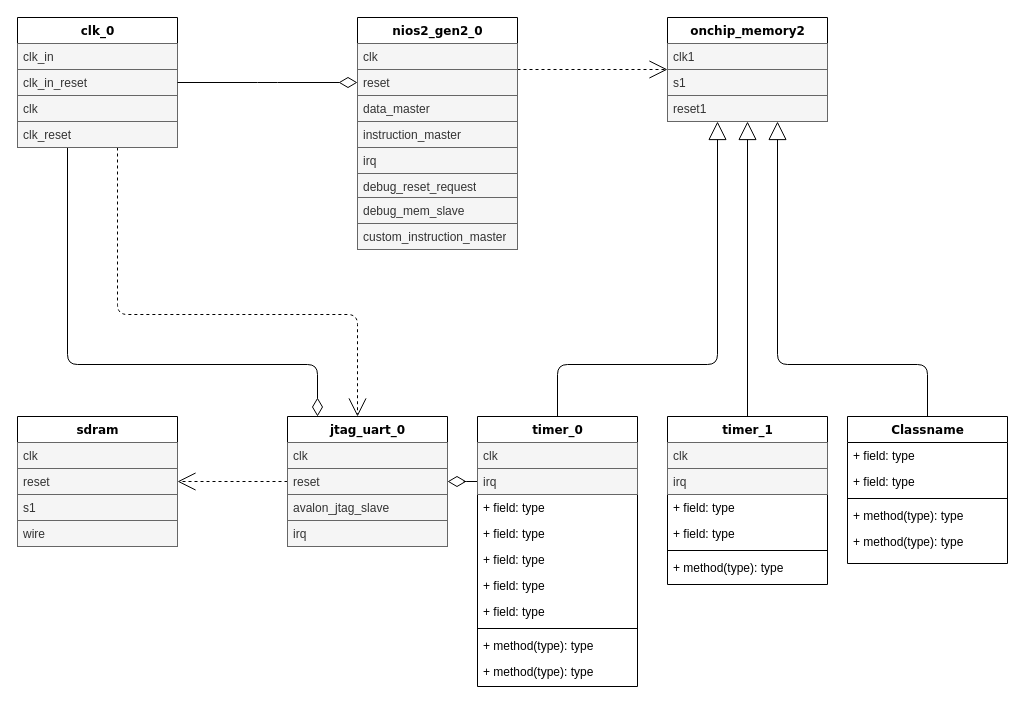
The draw.io diagram FPGA.drawio in KasymovD/FPGA, before the edit. Source tidied: cells renumbered, new cells numbered last; positions are measured from the earlier drawing's top-left corner, leaving out a move shared by most shapes. Both pictures are drawn from the tidied source at 100%, with x=0, y=0 at pixel (17, 17).
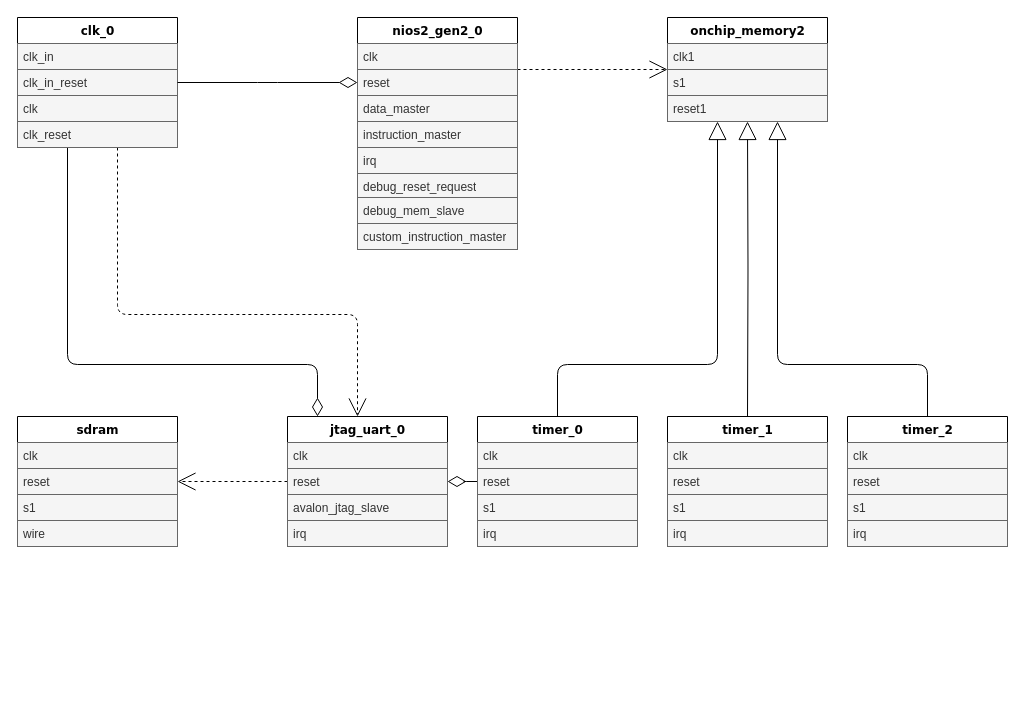
After the change.

Unchanged cells that the change refers to:
```xml
<mxCell id="4" value="clk_0" style="swimlane;html=1;fontStyle=1;align=center;verticalAlign=top;horizontal=1;startSize=26;swimlaneFillColor=#ffffff;rounded=0;shadow=0;comic=0;labelBackgroundColor=none;strokeWidth=1;fontFamily=Verdana;fontSize=12;" parent="1" vertex="1">
  <mxGeometry width="160" height="130" as="geometry" />
</mxCell>
<mxCell id="10" value="nios2_gen2_0" style="swimlane;html=1;fontStyle=1;align=center;verticalAlign=top;horizontal=1;startSize=26;swimlaneFillColor=#ffffff;rounded=0;shadow=0;comic=0;labelBackgroundColor=none;strokeWidth=1;fillColor=none;fontFamily=Verdana;fontSize=12;" parent="1" vertex="1">
  <mxGeometry x="340" width="160" height="232" as="geometry" />
</mxCell>
<mxCell id="19" value="onchip_memory2" style="swimlane;html=1;fontStyle=1;align=center;verticalAlign=top;horizontal=1;startSize=26;swimlaneFillColor=#ffffff;rounded=0;shadow=0;comic=0;labelBackgroundColor=none;strokeWidth=1;fillColor=none;fontFamily=Verdana;fontSize=12;" parent="1" vertex="1">
  <mxGeometry x="650" width="160" height="104" as="geometry" />
</mxCell>
```

The edit, as a diff of the source:
```diff
@@
     <mxCell id="36" value="timer_0" style="swimlane;html=1;fontStyle=1;align=center;verticalAlign=top;horizontal=1;startSize=26;swimlaneFillColor=#ffffff;rounded=0;shadow=0;comic=0;labelBackgroundColor=none;strokeWidth=1;fillColor=none;fontFamily=Verdana;fontSize=12;" parent="1" vertex="1">
-      <mxGeometry x="460" y="399" width="160" height="270" as="geometry" />
+      <mxGeometry x="460" y="399" width="160" height="130" as="geometry" />
     </mxCell>
@@
-    <mxCell id="38" value="irq" style="text;html=1;strokeColor=#666666;fillColor=#f5f5f5;align=left;verticalAlign=top;spacingLeft=4;spacingRight=4;whiteSpace=wrap;overflow=hidden;fontColor=#333333;" parent="36" vertex="1">
-      <mxGeometry y="52" width="160" height="26" as="geometry" />
-    </mxCell>
-    <mxCell id="39" value="+ field: type" style="text;html=1;strokeColor=none;fillColor=none;align=left;verticalAlign=top;spacingLeft=4;spacingRight=4;whiteSpace=wrap;overflow=hidden;" parent="36" vertex="1">
-      <mxGeometry y="78" width="160" height="26" as="geometry" />
+    <mxCell id="39" value="reset" style="text;html=1;strokeColor=#666666;fillColor=#f5f5f5;align=left;verticalAlign=top;spacingLeft=4;spacingRight=4;whiteSpace=wrap;overflow=hidden;fontColor=#333333;" parent="36" vertex="1">
+      <mxGeometry y="52" width="160" height="26" as="geometry" />
     </mxCell>
-    <mxCell id="40" value="+ field: type" style="text;html=1;strokeColor=none;fillColor=none;align=left;verticalAlign=top;spacingLeft=4;spacingRight=4;whiteSpace=wrap;overflow=hidden;" parent="36" vertex="1">
-      <mxGeometry y="104" width="160" height="26" as="geometry" />
+    <mxCell id="40" value="s1" style="text;html=1;strokeColor=#666666;fillColor=#f5f5f5;align=left;verticalAlign=top;spacingLeft=4;spacingRight=4;whiteSpace=wrap;overflow=hidden;fontColor=#333333;" parent="36" vertex="1">
+      <mxGeometry y="78" width="160" height="26" as="geometry" />
     </mxCell>
-    <mxCell id="41" value="+ field: type" style="text;html=1;strokeColor=none;fillColor=none;align=left;verticalAlign=top;spacingLeft=4;spacingRight=4;whiteSpace=wrap;overflow=hidden;" parent="36" vertex="1">
-      <mxGeometry y="130" width="160" height="26" as="geometry" />
-    </mxCell>
-    <mxCell id="42" value="+ field: type" style="text;html=1;strokeColor=none;fillColor=none;align=left;verticalAlign=top;spacingLeft=4;spacingRight=4;whiteSpace=wrap;overflow=hidden;" parent="36" vertex="1">
-      <mxGeometry y="156" width="160" height="26" as="geometry" />
-    </mxCell>
-    <mxCell id="43" value="+ field: type" style="text;html=1;strokeColor=none;fillColor=none;align=left;verticalAlign=top;spacingLeft=4;spacingRight=4;whiteSpace=wrap;overflow=hidden;" parent="36" vertex="1">
-      <mxGeometry y="182" width="160" height="26" as="geometry" />
-    </mxCell>
-    <mxCell id="44" style="line;html=1;strokeWidth=1;fillColor=none;align=left;verticalAlign=middle;spacingTop=-1;spacingLeft=3;spacingRight=3;labelPosition=right;" parent="36" vertex="1">
-      <mxGeometry y="208" width="160" height="8" as="geometry" />
-    </mxCell>
-    <mxCell id="45" value="+ method(type): type" style="text;html=1;strokeColor=none;fillColor=none;align=left;verticalAlign=top;spacingLeft=4;spacingRight=4;whiteSpace=wrap;overflow=hidden;" parent="36" vertex="1">
-      <mxGeometry y="216" width="160" height="26" as="geometry" />
-    </mxCell>
-    <mxCell id="46" value="+ method(type): type" style="text;html=1;strokeColor=none;fillColor=none;align=left;verticalAlign=top;spacingLeft=4;spacingRight=4;whiteSpace=wrap;overflow=hidden;" parent="36" vertex="1">
-      <mxGeometry y="242" width="160" height="26" as="geometry" />
-    </mxCell>
+    <mxCell id="38" value="irq" style="text;html=1;strokeColor=#666666;fillColor=#f5f5f5;align=left;verticalAlign=top;spacingLeft=4;spacingRight=4;whiteSpace=wrap;overflow=hidden;fontColor=#333333;" parent="36" vertex="1">
+      <mxGeometry y="104" width="160" height="26" as="geometry" />
+    </mxCell>
-    <mxCell id="47" style="edgeStyle=orthogonalEdgeStyle;html=1;labelBackgroundColor=none;startFill=0;startSize=8;endArrow=block;endFill=0;endSize=16;fontFamily=Verdana;fontSize=12;" parent="1" edge="1" source="48" target="19">
-      <mxGeometry relative="1" as="geometry" />
+    <mxCell id="47" style="edgeStyle=orthogonalEdgeStyle;html=1;labelBackgroundColor=none;startFill=0;startSize=8;endArrow=block;endFill=0;endSize=16;fontFamily=Verdana;fontSize=12;" parent="1" edge="1" target="19">
+      <mxGeometry relative="1" as="geometry">
+        <mxPoint x="730" y="399" as="sourcePoint" />
+      </mxGeometry>
     </mxCell>
+    <mxCell id="55" style="edgeStyle=orthogonalEdgeStyle;html=1;labelBackgroundColor=none;startFill=0;startSize=8;endArrow=block;endFill=0;endSize=16;fontFamily=Verdana;fontSize=12;" parent="1" edge="1" target="19">
+      <mxGeometry relative="1" as="geometry">
+        <mxPoint x="910" y="399" as="sourcePoint" />
+        <Array as="points">
+          <mxPoint x="910" y="347" />
+          <mxPoint x="760" y="347" />
+        </Array>
+      </mxGeometry>
+    </mxCell>
+    <mxCell id="62" style="edgeStyle=elbowEdgeStyle;html=1;labelBackgroundColor=none;startFill=0;startSize=8;endArrow=diamondThin;endFill=0;endSize=16;fontFamily=Verdana;fontSize=12;elbow=vertical;" parent="1" edge="1" source="4" target="10">
+      <mxGeometry relative="1" as="geometry" />
+    </mxCell>
     <mxCell id="48" value="timer_1" style="swimlane;html=1;fontStyle=1;align=center;verticalAlign=top;horizontal=1;startSize=26;swimlaneFillColor=#ffffff;rounded=0;shadow=0;comic=0;labelBackgroundColor=none;strokeWidth=1;fillColor=none;fontFamily=Verdana;fontSize=12;" parent="1" vertex="1">
-      <mxGeometry x="650" y="399" width="160" height="168" as="geometry" />
+      <mxGeometry x="650" y="399" width="160" height="130" as="geometry" />
     </mxCell>
-    <mxCell id="49" value="clk" style="text;html=1;strokeColor=#666666;fillColor=#f5f5f5;align=left;verticalAlign=top;spacingLeft=4;spacingRight=4;whiteSpace=wrap;overflow=hidden;fontColor=#333333;" parent="48" vertex="1">
-      <mxGeometry y="26" width="160" height="26" as="geometry" />
-    </mxCell>
-    <mxCell id="50" value="irq" style="text;html=1;strokeColor=#666666;fillColor=#f5f5f5;align=left;verticalAlign=top;spacingLeft=4;spacingRight=4;whiteSpace=wrap;overflow=hidden;fontColor=#333333;" parent="48" vertex="1">
-      <mxGeometry y="52" width="160" height="26" as="geometry" />
-    </mxCell>
-    <mxCell id="51" value="+ field: type" style="text;html=1;strokeColor=none;fillColor=none;align=left;verticalAlign=top;spacingLeft=4;spacingRight=4;whiteSpace=wrap;overflow=hidden;" parent="48" vertex="1">
-      <mxGeometry y="78" width="160" height="26" as="geometry" />
-    </mxCell>
-    <mxCell id="52" value="+ field: type" style="text;html=1;strokeColor=none;fillColor=none;align=left;verticalAlign=top;spacingLeft=4;spacingRight=4;whiteSpace=wrap;overflow=hidden;" parent="48" vertex="1">
-      <mxGeometry y="104" width="160" height="26" as="geometry" />
-    </mxCell>
-    <mxCell id="53" style="line;html=1;strokeWidth=1;fillColor=none;align=left;verticalAlign=middle;spacingTop=-1;spacingLeft=3;spacingRight=3;labelPosition=right;" parent="48" vertex="1">
-      <mxGeometry y="130" width="160" height="8" as="geometry" />
-    </mxCell>
-    <mxCell id="54" value="+ method(type): type" style="text;html=1;strokeColor=none;fillColor=none;align=left;verticalAlign=top;spacingLeft=4;spacingRight=4;whiteSpace=wrap;overflow=hidden;" parent="48" vertex="1">
-      <mxGeometry y="138" width="160" height="26" as="geometry" />
-    </mxCell>
-    <mxCell id="55" style="edgeStyle=orthogonalEdgeStyle;html=1;labelBackgroundColor=none;startFill=0;startSize=8;endArrow=block;endFill=0;endSize=16;fontFamily=Verdana;fontSize=12;" parent="1" edge="1" source="56" target="19">
-      <mxGeometry relative="1" as="geometry">
-        <Array as="points">
-          <mxPoint x="910" y="347" />
-          <mxPoint x="760" y="347" />
-        </Array>
-      </mxGeometry>
-    </mxCell>
-    <mxCell id="56" value="Classname" style="swimlane;html=1;fontStyle=1;align=center;verticalAlign=top;horizontal=1;startSize=26;swimlaneFillColor=#ffffff;rounded=0;shadow=0;comic=0;labelBackgroundColor=none;strokeWidth=1;fillColor=none;fontFamily=Verdana;fontSize=12;" parent="1" vertex="1">
-      <mxGeometry x="830" y="399" width="160" height="147" as="geometry" />
-    </mxCell>
-    <mxCell id="57" value="+ field: type" style="text;html=1;strokeColor=none;fillColor=none;align=left;verticalAlign=top;spacingLeft=4;spacingRight=4;whiteSpace=wrap;overflow=hidden;" parent="56" vertex="1">
-      <mxGeometry y="26" width="160" height="26" as="geometry" />
-    </mxCell>
-    <mxCell id="58" value="+ field: type" style="text;html=1;strokeColor=none;fillColor=none;align=left;verticalAlign=top;spacingLeft=4;spacingRight=4;whiteSpace=wrap;overflow=hidden;" parent="56" vertex="1">
-      <mxGeometry y="52" width="160" height="26" as="geometry" />
-    </mxCell>
-    <mxCell id="59" style="line;html=1;strokeWidth=1;fillColor=none;align=left;verticalAlign=middle;spacingTop=-1;spacingLeft=3;spacingRight=3;labelPosition=right;" parent="56" vertex="1">
-      <mxGeometry y="78" width="160" height="8" as="geometry" />
-    </mxCell>
-    <mxCell id="60" value="+ method(type): type" style="text;html=1;strokeColor=none;fillColor=none;align=left;verticalAlign=top;spacingLeft=4;spacingRight=4;whiteSpace=wrap;overflow=hidden;" parent="56" vertex="1">
-      <mxGeometry y="86" width="160" height="26" as="geometry" />
-    </mxCell>
-    <mxCell id="61" value="+ method(type): type" style="text;html=1;strokeColor=none;fillColor=none;align=left;verticalAlign=top;spacingLeft=4;spacingRight=4;whiteSpace=wrap;overflow=hidden;" parent="56" vertex="1">
-      <mxGeometry y="112" width="160" height="26" as="geometry" />
-    </mxCell>
-    <mxCell id="62" style="edgeStyle=elbowEdgeStyle;html=1;labelBackgroundColor=none;startFill=0;startSize=8;endArrow=diamondThin;endFill=0;endSize=16;fontFamily=Verdana;fontSize=12;elbow=vertical;" parent="1" edge="1" source="4" target="10">
-      <mxGeometry relative="1" as="geometry" />
-    </mxCell>
+    <mxCell id="63" value="clk" style="text;html=1;strokeColor=#666666;fillColor=#f5f5f5;align=left;verticalAlign=top;spacingLeft=4;spacingRight=4;whiteSpace=wrap;overflow=hidden;fontColor=#333333;" parent="48" vertex="1">
+      <mxGeometry y="26" width="160" height="26" as="geometry" />
+    </mxCell>
+    <mxCell id="64" value="reset" style="text;html=1;strokeColor=#666666;fillColor=#f5f5f5;align=left;verticalAlign=top;spacingLeft=4;spacingRight=4;whiteSpace=wrap;overflow=hidden;fontColor=#333333;" parent="48" vertex="1">
+      <mxGeometry y="52" width="160" height="26" as="geometry" />
+    </mxCell>
+    <mxCell id="65" value="s1" style="text;html=1;strokeColor=#666666;fillColor=#f5f5f5;align=left;verticalAlign=top;spacingLeft=4;spacingRight=4;whiteSpace=wrap;overflow=hidden;fontColor=#333333;" parent="48" vertex="1">
+      <mxGeometry y="78" width="160" height="26" as="geometry" />
+    </mxCell>
+    <mxCell id="66" value="irq" style="text;html=1;strokeColor=#666666;fillColor=#f5f5f5;align=left;verticalAlign=top;spacingLeft=4;spacingRight=4;whiteSpace=wrap;overflow=hidden;fontColor=#333333;" parent="48" vertex="1">
+      <mxGeometry y="104" width="160" height="26" as="geometry" />
+    </mxCell>
+    <mxCell id="67" value="timer_2" style="swimlane;html=1;fontStyle=1;align=center;verticalAlign=top;horizontal=1;startSize=26;swimlaneFillColor=#ffffff;rounded=0;shadow=0;comic=0;labelBackgroundColor=none;strokeWidth=1;fillColor=none;fontFamily=Verdana;fontSize=12;" parent="1" vertex="1">
+      <mxGeometry x="830" y="399" width="160" height="130" as="geometry" />
+    </mxCell>
+    <mxCell id="68" value="clk" style="text;html=1;strokeColor=#666666;fillColor=#f5f5f5;align=left;verticalAlign=top;spacingLeft=4;spacingRight=4;whiteSpace=wrap;overflow=hidden;fontColor=#333333;" parent="67" vertex="1">
+      <mxGeometry y="26" width="160" height="26" as="geometry" />
+    </mxCell>
+    <mxCell id="69" value="reset" style="text;html=1;strokeColor=#666666;fillColor=#f5f5f5;align=left;verticalAlign=top;spacingLeft=4;spacingRight=4;whiteSpace=wrap;overflow=hidden;fontColor=#333333;" parent="67" vertex="1">
+      <mxGeometry y="52" width="160" height="26" as="geometry" />
+    </mxCell>
+    <mxCell id="70" value="s1" style="text;html=1;strokeColor=#666666;fillColor=#f5f5f5;align=left;verticalAlign=top;spacingLeft=4;spacingRight=4;whiteSpace=wrap;overflow=hidden;fontColor=#333333;" parent="67" vertex="1">
+      <mxGeometry y="78" width="160" height="26" as="geometry" />
+    </mxCell>
+    <mxCell id="71" value="irq" style="text;html=1;strokeColor=#666666;fillColor=#f5f5f5;align=left;verticalAlign=top;spacingLeft=4;spacingRight=4;whiteSpace=wrap;overflow=hidden;fontColor=#333333;" parent="67" vertex="1">
+      <mxGeometry y="104" width="160" height="26" as="geometry" />
+    </mxCell>
```
